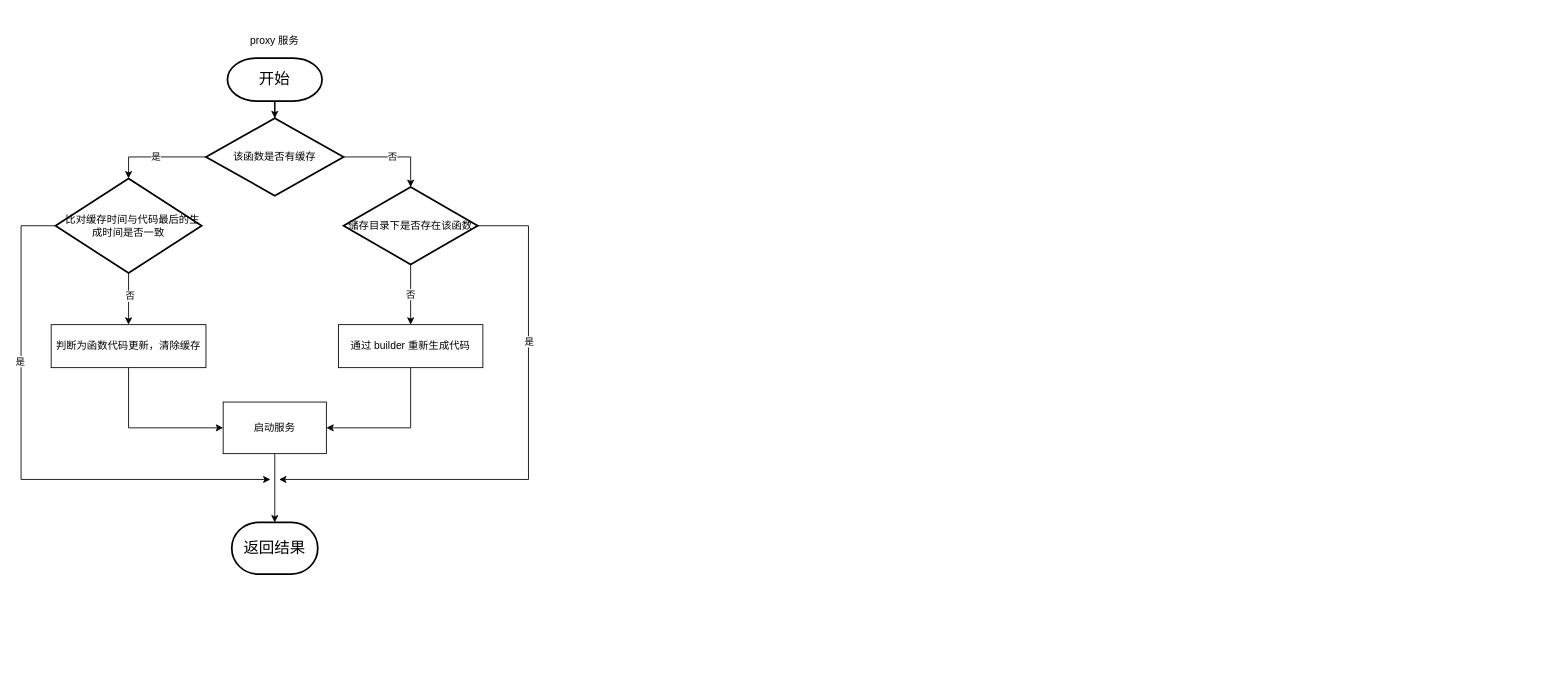
Before: src/未命名绘图.drawio in NPjuan/lettleLin, a draw.io diagram. Source tidied: cells renumbered, new cells numbered last; positions are measured from the earlier drawing's top-left corner, leaving out a move shared by most shapes. Both pictures are drawn from the tidied source at 86%, with x=0, y=0 at pixel (21, 32).
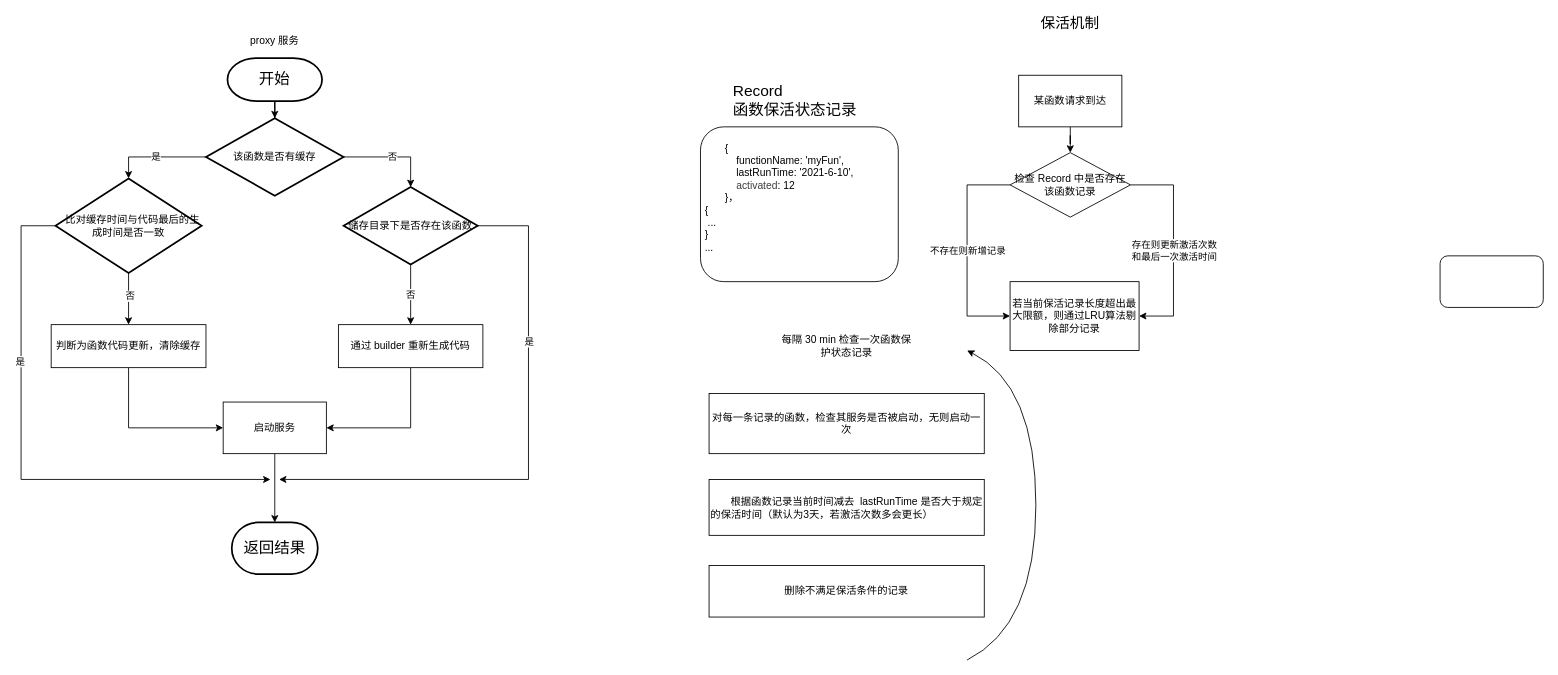
After the change.

Commit message (it also covers changes not shown here):
更新未命名绘图.drawio

Change to the diagram source:
```diff
@@
+    <mxCell id="24" value="&lt;font style=&quot;font-size: 17px&quot;&gt;保活机制&lt;/font&gt;" style="text;html=1;strokeColor=none;fillColor=none;align=center;verticalAlign=middle;whiteSpace=wrap;rounded=0;" parent="1" vertex="1">
+      <mxGeometry x="1180" y="-20" width="80" height="20" as="geometry" />
+    </mxCell>
+    <mxCell id="25" value="&amp;nbsp; &amp;nbsp; &amp;nbsp; &amp;nbsp; {&lt;br&gt;&lt;blockquote style=&quot;margin: 0 0 0 40px ; border: none ; padding: 0px&quot;&gt;&lt;div&gt;&lt;span&gt;functionName: 'myFun',&lt;/span&gt;&lt;/div&gt;&lt;div&gt;&lt;span&gt;lastRunTime: '2021-6-10',&lt;/span&gt;&lt;/div&gt;&lt;div&gt;&lt;span style=&quot;color: rgb(61 , 61 , 61) ; font-family: &amp;#34;arial&amp;#34; , sans-serif&quot;&gt;activated&lt;/span&gt;&lt;span&gt;: 12&lt;br&gt;&lt;/span&gt;&lt;/div&gt;&lt;/blockquote&gt;&amp;nbsp; &amp;nbsp; &amp;nbsp; &amp;nbsp; }，&lt;br&gt;&lt;span style=&quot;white-space: pre&quot;&gt; &lt;/span&gt;{&lt;br&gt;&lt;span style=&quot;white-space: pre&quot;&gt; &lt;/span&gt;&lt;span style=&quot;white-space: pre&quot;&gt; &lt;/span&gt;...&lt;br&gt;&lt;span style=&quot;white-space: pre&quot;&gt; &lt;/span&gt;}&lt;br&gt;&lt;span style=&quot;white-space: pre&quot;&gt; &lt;/span&gt;...&lt;br&gt;&amp;nbsp; &amp;nbsp; &amp;nbsp;&amp;nbsp;" style="rounded=1;whiteSpace=wrap;html=1;strokeWidth=1;align=left;" parent="1" vertex="1">
+      <mxGeometry x="790" y="110" width="230" height="180" as="geometry" />
+    </mxCell>
+    <mxCell id="26" value="&lt;div style=&quot;text-align: left&quot;&gt;&lt;span style=&quot;font-size: 18px&quot;&gt;Record&lt;/span&gt;&lt;/div&gt;&lt;font style=&quot;font-size: 18px&quot;&gt;函数保活状态记录&lt;/font&gt;" style="text;html=1;strokeColor=none;fillColor=none;align=center;verticalAlign=middle;whiteSpace=wrap;rounded=0;" parent="1" vertex="1">
+      <mxGeometry x="790" y="70" width="220" height="20" as="geometry" />
+    </mxCell>
+    <mxCell id="27" style="edgeStyle=orthogonalEdgeStyle;rounded=0;jettySize=auto;html=1;endArrow=classic;endFill=1;strokeColor=#000000;" parent="1" edge="1" source="28" target="39">
+      <mxGeometry relative="1" as="geometry" />
+    </mxCell>
+    <mxCell id="28" value="某函数请求到达" style="rounded=0;whiteSpace=wrap;html=1;strokeWidth=1;" parent="1" vertex="1">
+      <mxGeometry x="1160" y="50" width="120" height="60" as="geometry" />
+    </mxCell>
+    <mxCell id="29" value="若当前保活记录长度超出最大限额，则通过LRU算法剔除部分记录" style="rounded=0;whiteSpace=wrap;html=1;strokeWidth=1;" parent="1" vertex="1">
+      <mxGeometry x="1150" y="290" width="150" height="80" as="geometry" />
+    </mxCell>
+    <mxCell id="30" value="对每一条记录的函数，检查其服务是否被启动，无则启动一次" style="rounded=0;whiteSpace=wrap;html=1;strokeWidth=1;align=center;" parent="1" vertex="1">
+      <mxGeometry x="800" y="420" width="320" height="70" as="geometry" />
+    </mxCell>
+    <mxCell id="31" value="每隔 30 min 检查一次函数保护状态记录" style="text;html=1;strokeColor=none;fillColor=none;align=center;verticalAlign=middle;whiteSpace=wrap;rounded=0;" parent="1" vertex="1">
+      <mxGeometry x="880" y="345" width="160" height="40" as="geometry" />
+    </mxCell>
+    <mxCell id="32" value="&amp;nbsp; &amp;nbsp; &amp;nbsp; &amp;nbsp;根据函数记录当前时间减去&amp;nbsp; lastRunTime 是否大于规定的保活时间（默认为3天，若激活次数多会更长）&amp;nbsp;" style="rounded=0;whiteSpace=wrap;html=1;strokeWidth=1;align=left;" parent="1" vertex="1">
+      <mxGeometry x="800" y="520" width="320" height="65" as="geometry" />
+    </mxCell>
+    <mxCell id="33" value="删除不满足保活条件的记录" style="rounded=0;whiteSpace=wrap;html=1;strokeWidth=1;" parent="1" vertex="1">
+      <mxGeometry x="800" y="620" width="320" height="60" as="geometry" />
+    </mxCell>
+    <mxCell id="34" style="curved=1;endArrow=classic;html=1;strokeColor=#000000;" parent="1" edge="1">
+      <mxGeometry relative="1" as="geometry">
+        <mxPoint x="1100" y="730" as="sourcePoint" />
+        <mxPoint x="1100" y="370" as="targetPoint" />
+        <Array as="points">
+          <mxPoint x="1180" y="690" />
+          <mxPoint x="1180" y="410" />
+        </Array>
+      </mxGeometry>
+    </mxCell>
+    <mxCell id="35" style="edgeStyle=orthogonalEdgeStyle;rounded=0;jettySize=auto;html=1;endArrow=classic;endFill=1;strokeColor=#000000;entryX=0;entryY=0.5;entryDx=0;entryDy=0;" parent="1" edge="1" source="39" target="29">
+      <mxGeometry relative="1" as="geometry">
+        <Array as="points">
+          <mxPoint x="1100" y="178" />
+          <mxPoint x="1100" y="330" />
+        </Array>
+      </mxGeometry>
+    </mxCell>
+    <mxCell id="36" value="不存在则新增记录" style="edgeLabel;html=1;align=center;verticalAlign=middle;" parent="35" vertex="1">
+      <mxGeometry x="-0.01" relative="1" as="geometry">
+        <mxPoint y="1" as="offset" />
+      </mxGeometry>
+    </mxCell>
+    <mxCell id="37" style="edgeStyle=orthogonalEdgeStyle;rounded=0;jettySize=auto;html=1;endArrow=classic;endFill=1;strokeColor=#000000;entryX=1;entryY=0.5;entryDx=0;entryDy=0;" parent="1" edge="1" source="39" target="29">
+      <mxGeometry relative="1" as="geometry">
+        <Array as="points">
+          <mxPoint x="1340" y="178" />
+          <mxPoint x="1340" y="330" />
+        </Array>
+      </mxGeometry>
+    </mxCell>
+    <mxCell id="38" value="存在则更新激活次数&lt;br&gt;和最后一次激活时间" style="edgeLabel;html=1;align=center;verticalAlign=middle;" parent="37" vertex="1">
+      <mxGeometry x="0.03" relative="1" as="geometry">
+        <mxPoint y="1" as="offset" />
+      </mxGeometry>
+    </mxCell>
+    <mxCell id="39" value="检查 Record 中是否存在该函数记录" style="rhombus;whiteSpace=wrap;html=1;strokeWidth=1;" parent="1" vertex="1">
+      <mxGeometry x="1150" y="140" width="140" height="75" as="geometry" />
+    </mxCell>
+    <mxCell id="40" style="rounded=1;whiteSpace=wrap;html=1;strokeWidth=1;" parent="1" vertex="1">
+      <mxGeometry x="1650" y="260" width="120" height="60" as="geometry" />
+    </mxCell>
```
